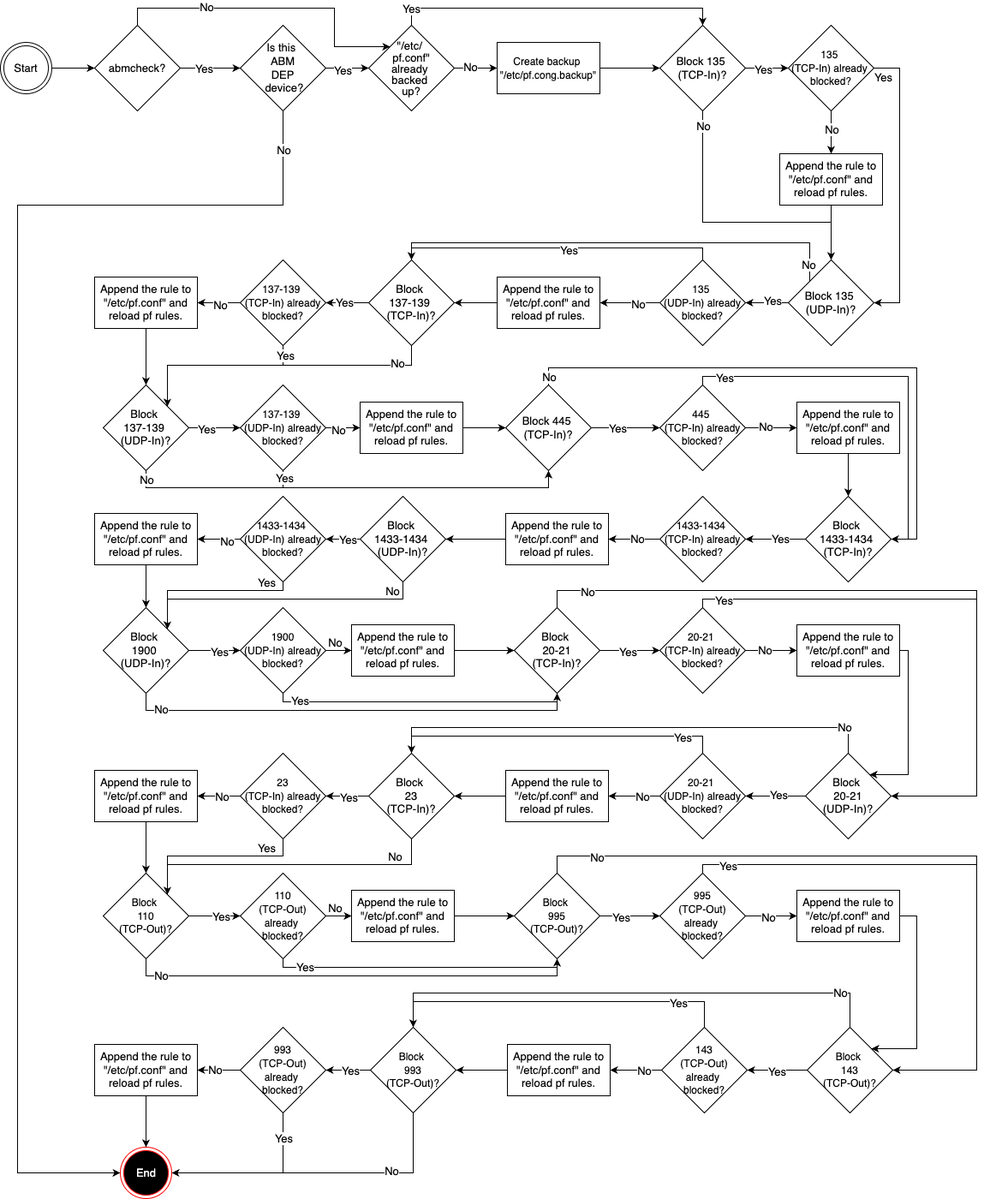
Before: macOS/Config/Firewall/Block Selected Port Numbers from macOS Firewall/Diagram.png, a diagram exported from draw.io (microsoft/shell-intune-samples). Source tidied: cells renumbered, new cells last; positions are measured from the earlier drawing's top-left corner, leaving out a move shared by most shapes.
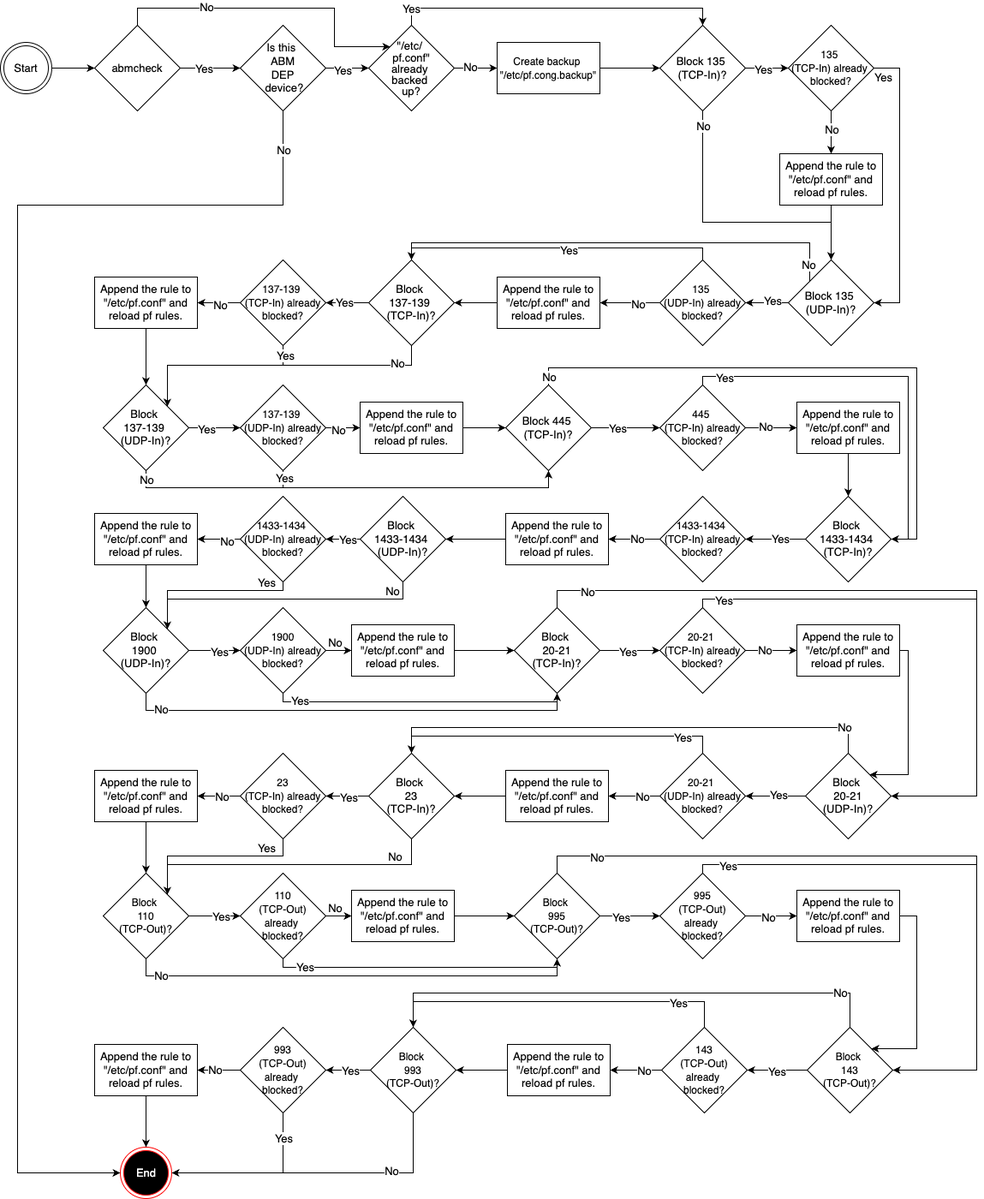
The same file after the commit.

Diff of the diagram source:
```diff
@@ -736,7 +736,7 @@
     <mxCell id="196" value="&lt;font style=&quot;font-size: 13px; color: rgb(0, 0, 0);&quot;&gt;No&lt;/font&gt;" style="edgeLabel;html=1;align=center;verticalAlign=middle;" parent="195" vertex="1">
       <mxGeometry x="-0.45" y="2" relative="1" as="geometry" />
     </mxCell>
-    <mxCell id="197" value="abmcheck?" style="rhombus;whiteSpace=wrap;html=1;fontSize=13;fontColor=#000000;align=center;" parent="1" vertex="1">
+    <mxCell id="197" value="abmcheck" style="rhombus;whiteSpace=wrap;html=1;fontSize=13;fontColor=#000000;align=center;" parent="1" vertex="1">
       <mxGeometry x="110" y="20" width="100" height="100" as="geometry" />
     </mxCell>
   </root>
```
